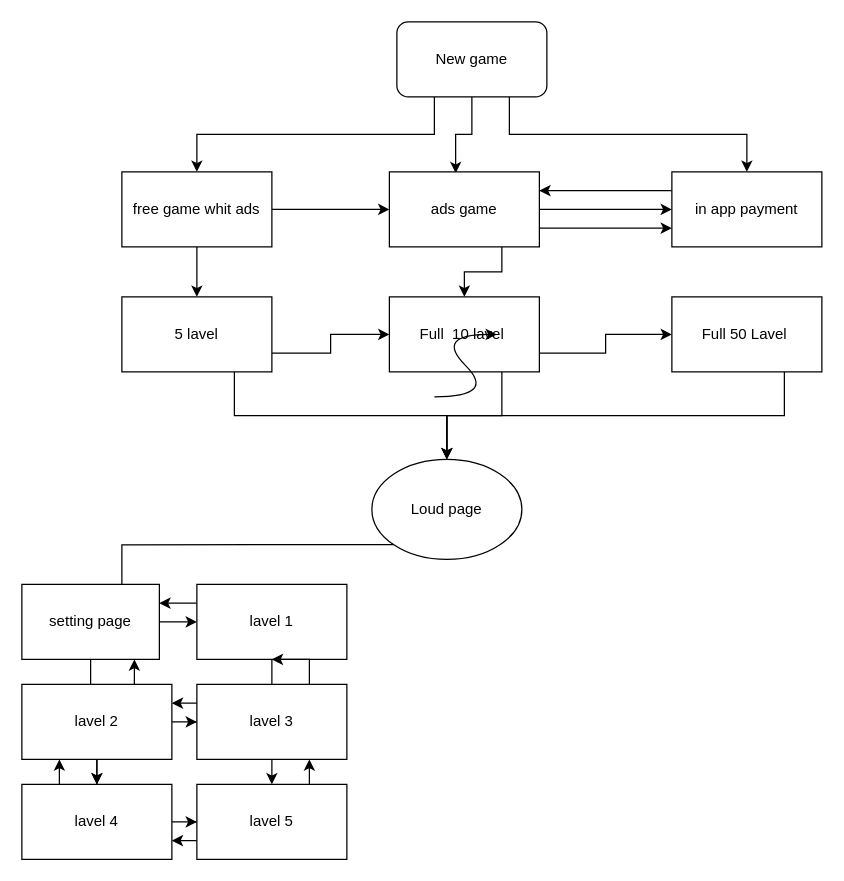
beyazcreative/Library keeps this draw.io diagram as Untitled Diagram.drawio. Above is the earlier version. Source tidied: cells renumbered, new cells numbered last; positions are measured from the earlier drawing's top-left corner, leaving out a move shared by most shapes. Both pictures are drawn from the tidied source at 125%, with x=0, y=0 at pixel (21, 21).
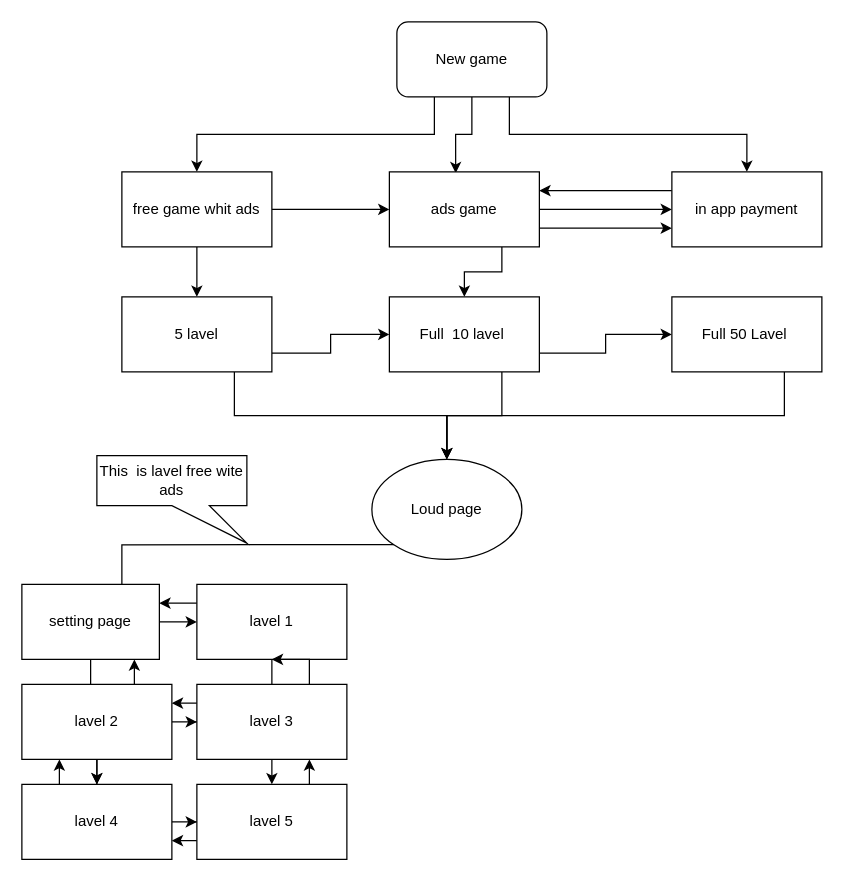
The same diagram, later.

The edit, as a diff of the source:
```diff
@@
-    <mxCell id="44" style="curved=1;endArrow=classic;html=1;" parent="1" edge="1">
-      <mxGeometry relative="1" as="geometry">
-        <mxPoint x="330" y="300" as="sourcePoint" />
-        <mxPoint x="380" y="250" as="targetPoint" />
-        <Array as="points">
-          <mxPoint x="380" y="300" />
-          <mxPoint x="330" y="250" />
-        </Array>
-      </mxGeometry>
-    </mxCell>
+    <mxCell id="45" value="This&amp;nbsp; is lavel free wite ads" style="shape=callout;whiteSpace=wrap;html=1;perimeter=calloutPerimeter;base=30;position2=1;" parent="1" vertex="1">
+      <mxGeometry x="60" y="347" width="120" height="70" as="geometry" />
+    </mxCell>
```
